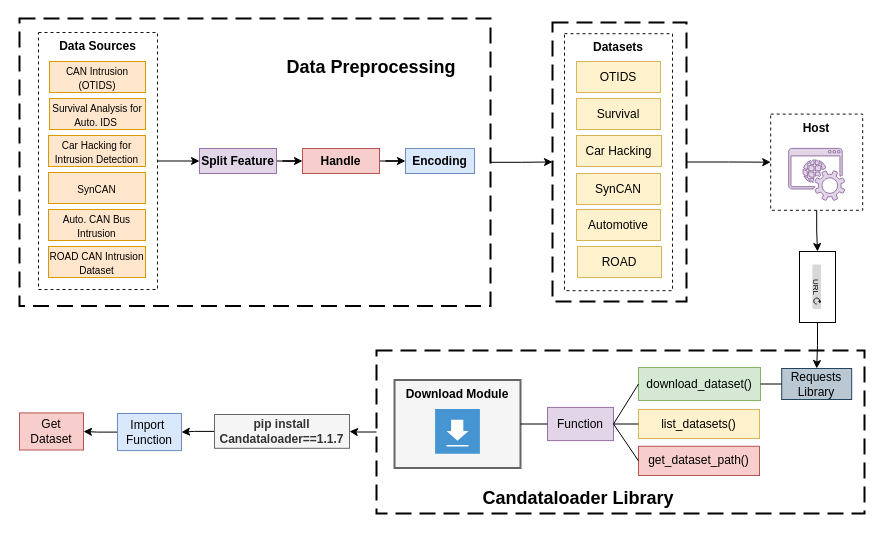
Before: Candataloader.drawio in phongle18/Candataloader, a draw.io diagram. Source tidied: cells renumbered, new cells numbered last; positions are measured from the earlier drawing's top-left corner, leaving out a move shared by most shapes. Both pictures are drawn from the tidied source at 100%, with x=0, y=0 at pixel (19, 18).
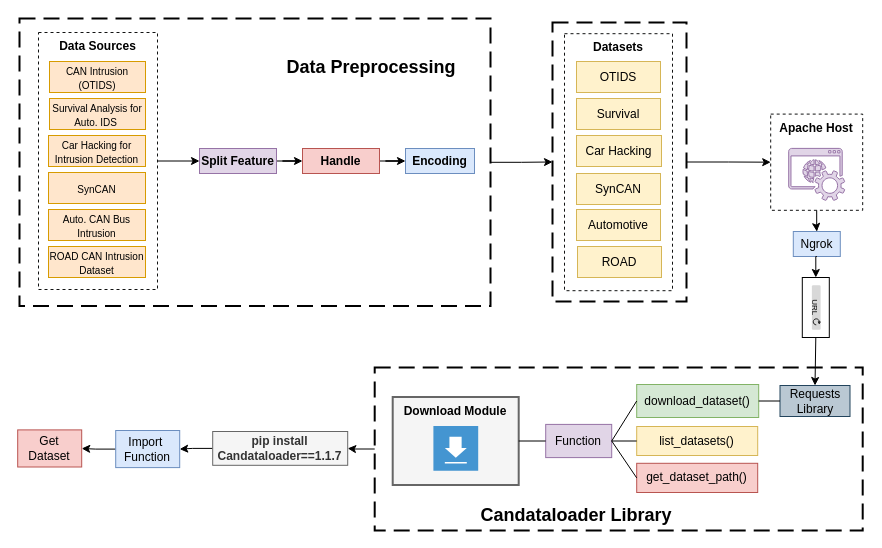
The same diagram, later.

Commit message:
Cập nhật Candataloader.drawio

Diff of the diagram source:
```diff
@@
     <mxCell id="2" style="rounded=1;arcSize=0;dashed=1;strokeColor=#000000;fillColor=none;gradientColor=none;dashPattern=8 4;strokeWidth=2;fontColor=#000000;" parent="1" vertex="1">
-      <mxGeometry x="357" y="332" width="488" height="163" as="geometry" />
+      <mxGeometry x="355.2" y="349" width="488" height="163" as="geometry" />
     </mxCell>
     <mxCell id="3" value="&lt;b&gt;&lt;font color=&quot;#000000&quot;&gt;Download Module&lt;/font&gt;&lt;/b&gt;" style="fillColor=#f5f5f5;strokeColor=#666666;verticalAlign=top;fontStyle=0;fontColor=#333333;whiteSpace=wrap;html=1;strokeWidth=2;" parent="1" vertex="1">
-      <mxGeometry x="375" y="361.5" width="126" height="88" as="geometry" />
+      <mxGeometry x="373.2" y="378.5" width="126" height="88" as="geometry" />
     </mxCell>
-    <mxCell id="4" style="rounded=0;whiteSpace=wrap;html=1;" parent="1" vertex="1">
-      <mxGeometry x="780" y="233" width="36" height="71" as="geometry" />
+    <mxCell id="4" value="Ngrok" style="rounded=0;whiteSpace=wrap;html=1;fillColor=#dae8fc;strokeColor=#6c8ebf;" parent="1" vertex="1">
+      <mxGeometry x="773.8" y="213" width="47" height="25" as="geometry" />
     </mxCell>
@@
-    <mxCell id="6" value="&lt;font style=&quot;&quot; color=&quot;#000000&quot;&gt;&lt;b&gt;Host&lt;/b&gt;&lt;/font&gt;" style="fillColor=none;strokeColor=#111212;dashed=1;verticalAlign=top;fontStyle=0;fontColor=#147EBA;whiteSpace=wrap;html=1;" parent="1" vertex="1">
+    <mxCell id="6" value="&lt;font color=&quot;#000000&quot;&gt;&lt;b&gt;Apache Host&lt;/b&gt;&lt;/font&gt;" style="fillColor=none;strokeColor=#111212;dashed=1;verticalAlign=top;fontStyle=0;fontColor=#147EBA;whiteSpace=wrap;html=1;" parent="1" vertex="1">
       <mxGeometry x="751.2" y="95.6" width="92" height="96.2" as="geometry" />
     </mxCell>
@@
-    <mxCell id="32" value="URL" style="html=1;strokeWidth=1;shadow=0;dashed=0;shape=mxgraph.ios7ui.url;buttonText=;strokeColor2=#222222;fontSize=8;spacingTop=2;align=center;whiteSpace=wrap;rotation=90;" parent="1" vertex="1">
-      <mxGeometry x="772.5" y="262" width="49.5" height="12.5" as="geometry" />
-    </mxCell>
     <mxCell id="33" style="shadow=0;dashed=0;html=1;strokeColor=none;fillColor=#4495D1;labelPosition=center;verticalLabelPosition=bottom;verticalAlign=top;align=center;shape=mxgraph.veeam.2d.download;" parent="1" vertex="1">
-      <mxGeometry x="415.6" y="390.5" width="44.8" height="44.8" as="geometry" />
+      <mxGeometry x="413.9" y="407.5" width="44.8" height="44.8" as="geometry" />
     </mxCell>
-    <mxCell id="34" style="edgeStyle=orthogonalEdgeStyle;rounded=0;jettySize=auto;html=1;entryX=0.5;entryY=0;entryDx=0;entryDy=0;exitX=0.5;exitY=1;exitDx=0;exitDy=0;" parent="1" edge="1" source="4" target="47">
+    <mxCell id="34" style="edgeStyle=orthogonalEdgeStyle;rounded=0;jettySize=auto;html=1;entryX=0.5;entryY=0;entryDx=0;entryDy=0;exitX=0.5;exitY=1;exitDx=0;exitDy=0;" parent="1" edge="1" source="4" target="54">
       <mxGeometry relative="1" as="geometry" />
     </mxCell>
     <mxCell id="35" value="get_dataset_path()" style="rounded=0;whiteSpace=wrap;html=1;fillColor=#f8cecc;strokeColor=#b85450;" parent="1" vertex="1">
-      <mxGeometry x="619" y="427.8" width="121" height="29.2" as="geometry" />
+      <mxGeometry x="617.2" y="444.8" width="121" height="29.2" as="geometry" />
     </mxCell>
     <mxCell id="36" value="list_datasets()" style="rounded=0;whiteSpace=wrap;html=1;fillColor=#fff2cc;strokeColor=#d6b656;" parent="1" vertex="1">
-      <mxGeometry x="619" y="391" width="121" height="29" as="geometry" />
+      <mxGeometry x="617.2" y="408" width="121" height="29" as="geometry" />
     </mxCell>
     <mxCell id="37" value="download_dataset()" style="rounded=0;whiteSpace=wrap;html=1;fillColor=#d5e8d4;strokeColor=#82b366;" parent="1" vertex="1">
-      <mxGeometry x="619" y="349" width="122" height="33" as="geometry" />
+      <mxGeometry x="617.2" y="366" width="122" height="33" as="geometry" />
     </mxCell>
     <mxCell id="38" value="Function" style="rounded=0;whiteSpace=wrap;html=1;fillColor=#e1d5e7;strokeColor=#9673a6;" parent="1" vertex="1">
-      <mxGeometry x="528" y="388.9" width="66" height="33.2" as="geometry" />
+      <mxGeometry x="526.2" y="405.9" width="66" height="33.2" as="geometry" />
     </mxCell>
@@
     <mxCell id="43" value="&lt;font style=&quot;font-size: 18px;&quot;&gt;&lt;b style=&quot;&quot;&gt;Candataloader Library&lt;/b&gt;&lt;/font&gt;" style="text;html=1;strokeColor=none;fillColor=none;align=center;verticalAlign=middle;whiteSpace=wrap;rounded=0;" parent="1" vertex="1">
-      <mxGeometry x="453" y="465" width="212" height="30" as="geometry" />
+      <mxGeometry x="451.2" y="482" width="212" height="30" as="geometry" />
     </mxCell>
@@
     <mxCell id="45" value="&lt;b&gt;pip install Candataloader==1.1.7&lt;/b&gt;" style="rounded=0;whiteSpace=wrap;html=1;fillColor=#f5f5f5;fontColor=#333333;strokeColor=#666666;" parent="1" vertex="1">
-      <mxGeometry x="195" y="396" width="135" height="33.8" as="geometry" />
+      <mxGeometry x="193.2" y="413" width="135" height="33.8" as="geometry" />
     </mxCell>
@@
     <mxCell id="47" value="Requests Library" style="rounded=0;whiteSpace=wrap;html=1;fillColor=#bac8d3;strokeColor=#23445d;" parent="1" vertex="1">
-      <mxGeometry x="762.2" y="350" width="70" height="31" as="geometry" />
+      <mxGeometry x="760.5" y="367" width="70" height="31" as="geometry" />
     </mxCell>
@@
     <mxCell id="51" value="Import&amp;nbsp; Function" style="rounded=0;whiteSpace=wrap;html=1;fillColor=#dae8fc;strokeColor=#6c8ebf;" parent="1" vertex="1">
-      <mxGeometry x="98" y="395" width="64" height="37.1" as="geometry" />
+      <mxGeometry x="96.2" y="412" width="64" height="37.1" as="geometry" />
     </mxCell>
     <mxCell id="52" value="Get Dataset" style="rounded=0;whiteSpace=wrap;html=1;fillColor=#f8cecc;strokeColor=#b85450;" parent="1" vertex="1">
-      <mxGeometry y="394.4" width="64" height="37.1" as="geometry" />
+      <mxGeometry x="-1.8" y="411.4" width="64" height="37.1" as="geometry" />
     </mxCell>
+    <mxCell id="53" style="group;" parent="1" vertex="1">
+      <mxGeometry x="782.8" y="259" width="27" height="60" as="geometry" />
+    </mxCell>
+    <mxCell id="54" style="rounded=0;whiteSpace=wrap;html=1;" parent="53" vertex="1">
+      <mxGeometry width="27" height="60" as="geometry" />
+    </mxCell>
+    <mxCell id="32" value="URL" style="html=1;strokeWidth=1;shadow=0;dashed=0;shape=mxgraph.ios7ui.url;buttonText=;strokeColor2=#222222;fontSize=8;spacingTop=2;align=center;whiteSpace=wrap;rotation=90;" parent="53" vertex="1">
+      <mxGeometry x="-10.8" y="23.8" width="49.5" height="12.5" as="geometry" />
+    </mxCell>
+    <mxCell id="55" style="endArrow=classic;html=1;rounded=0;exitX=0.5;exitY=1;exitDx=0;exitDy=0;entryX=0.5;entryY=0;entryDx=0;entryDy=0;" parent="1" edge="1" source="54" target="47">
+      <mxGeometry relative="1" as="geometry" />
+    </mxCell>
```
